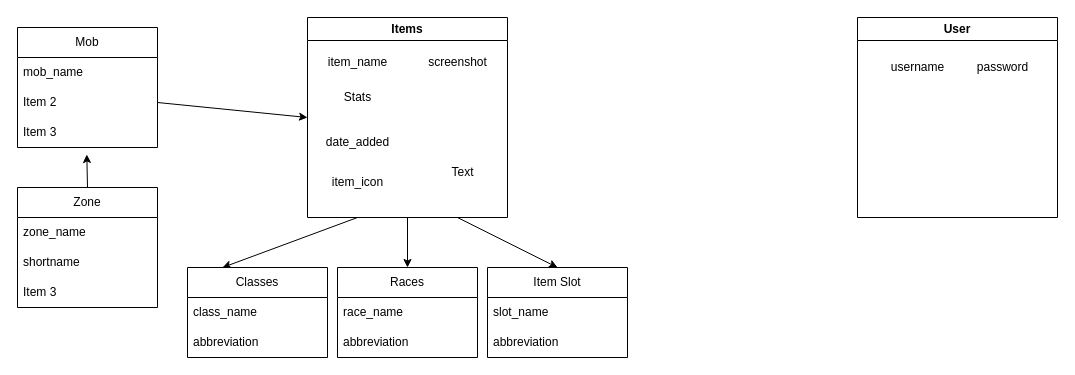
Before: relations.drawio in Duke1014/eqlootlog, a draw.io diagram. Source tidied: cells renumbered, new cells numbered last; positions are measured from the earlier drawing's top-left corner, leaving out a move shared by most shapes. Both pictures are drawn from the tidied source at 100%, with x=0, y=0 at pixel (17, 17).
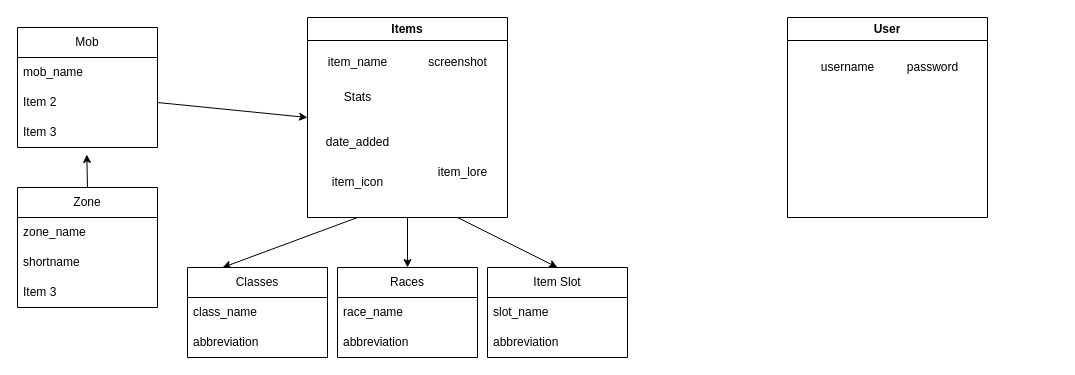
The same page after the edit.

Commit message (it also covers changes not shown here):
added item_lore to items

Unchanged cells that the change refers to:
```xml
<mxCell id="5" value="Items" style="swimlane;whiteSpace=wrap;html=1;" parent="1" vertex="1">
  <mxGeometry x="290" width="200" height="200" as="geometry" />
</mxCell>
```

The edit, as a diff of the source:
```diff
@@
-    <mxCell id="11" value="Text" style="text;html=1;align=center;verticalAlign=middle;strokeColor=none;fillColor=none;" parent="5" vertex="1">
-      <mxGeometry x="130" y="140" width="50" height="30" as="geometry" />
+    <mxCell id="11" value="item_lore" style="text;html=1;align=center;verticalAlign=middle;strokeColor=none;fillColor=none;" parent="5" vertex="1">
+      <mxGeometry x="120" y="140" width="70" height="30" as="geometry" />
     </mxCell>
     <mxCell id="12" value="User" style="swimlane;whiteSpace=wrap;html=1;" parent="1" vertex="1">
-      <mxGeometry x="840" width="200" height="200" as="geometry" />
+      <mxGeometry x="770" width="200" height="200" as="geometry" />
     </mxCell>
```
